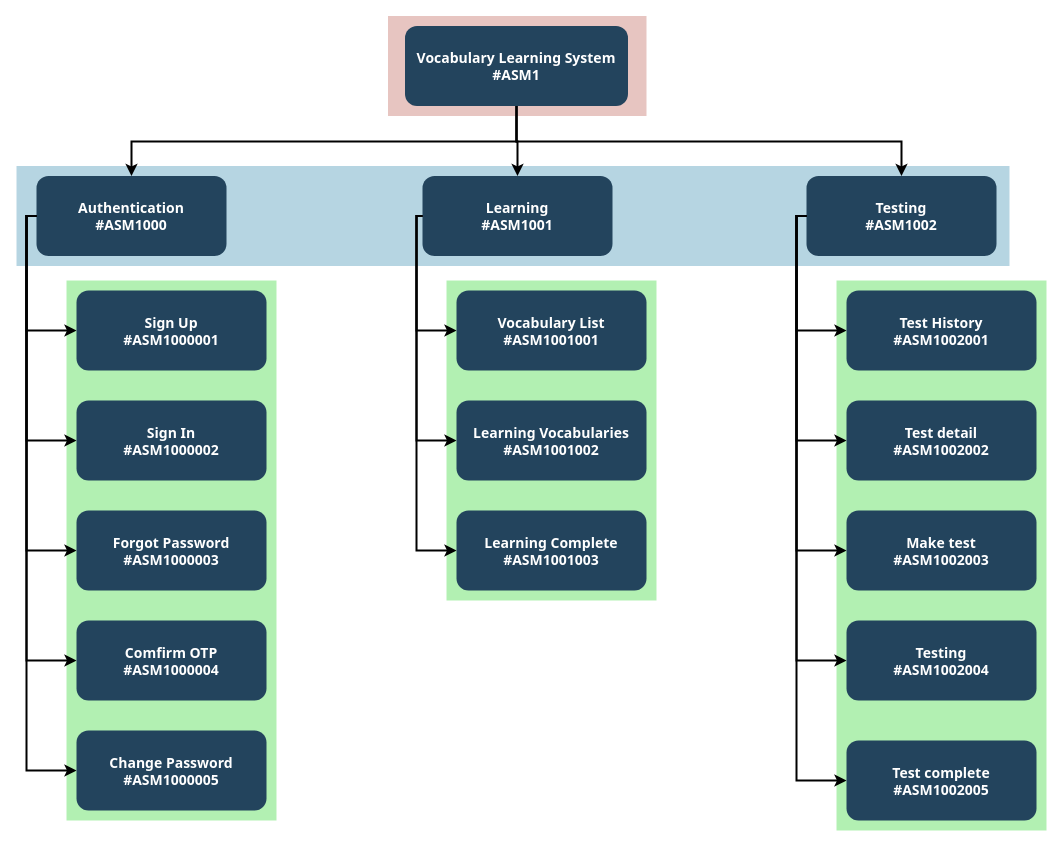
The draw.io diagram HCI/Assignement1/SiteMap/SiteMap.drawio in nghipq/Group5, before the edit. Source tidied: cells renumbered, new cells numbered last; positions are measured from the earlier drawing's top-left corner, leaving out a move shared by most shapes. Both pictures are drawn from the tidied source at 100%, with x=0, y=0 at pixel (-64, 16).
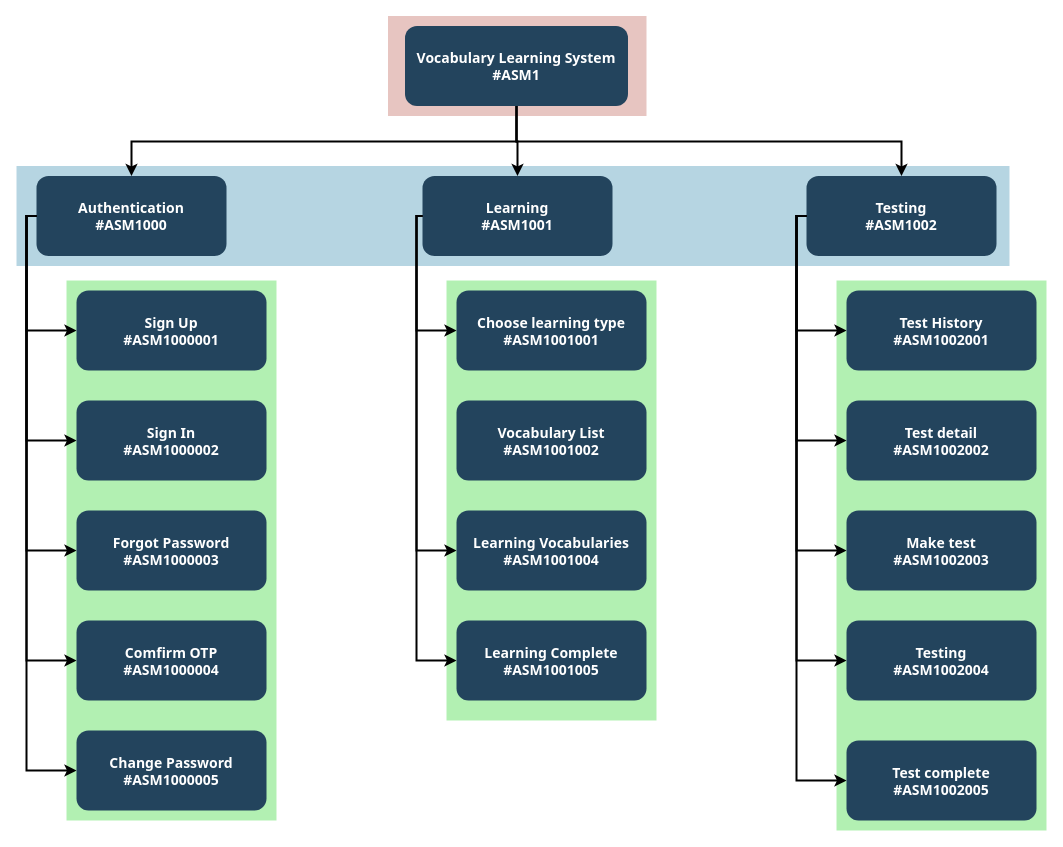
Above is the later version.

Change to the diagram source:
```diff
@@
     <mxCell id="3" style="strokeColor=none;opacity=30;fillColor=#00CC00;" parent="1" vertex="1">
-      <mxGeometry x="510" y="264" width="210" height="320" as="geometry" />
+      <mxGeometry x="510" y="264" width="210" height="440" as="geometry" />
     </mxCell>
@@
-    <mxCell id="24" value="Vocabulary List&#10;#ASM1001001" style="rounded=1;fillColor=#23445D;gradientColor=none;strokeColor=none;fontColor=#FFFFFF;fontStyle=1;fontFamily=Tahoma;fontSize=14;" parent="1" vertex="1">
+    <mxCell id="24" value="Choose learning type&#10;#ASM1001001" style="rounded=1;fillColor=#23445D;gradientColor=none;strokeColor=none;fontColor=#FFFFFF;fontStyle=1;fontFamily=Tahoma;fontSize=14;" parent="1" vertex="1">
       <mxGeometry x="520" y="274" width="190" height="80" as="geometry" />
     </mxCell>
@@
-    <mxCell id="26" value="Learning Vocabularies&#10;#ASM1001002" style="rounded=1;fillColor=#23445D;gradientColor=none;strokeColor=none;fontColor=#FFFFFF;fontStyle=1;fontFamily=Tahoma;fontSize=14;" parent="1" vertex="1">
-      <mxGeometry x="520" y="384" width="190" height="80" as="geometry" />
+    <mxCell id="26" value="Learning Vocabularies&#10;#ASM1001004" style="rounded=1;fillColor=#23445D;gradientColor=none;strokeColor=none;fontColor=#FFFFFF;fontStyle=1;fontFamily=Tahoma;fontSize=14;" parent="1" vertex="1">
+      <mxGeometry x="520" y="494" width="190" height="80" as="geometry" />
     </mxCell>
@@
-    <mxCell id="28" value="Learning Complete&#10;#ASM1001003" style="rounded=1;fillColor=#23445D;gradientColor=none;strokeColor=none;fontColor=#FFFFFF;fontStyle=1;fontFamily=Tahoma;fontSize=14;" parent="1" vertex="1">
-      <mxGeometry x="520" y="494" width="190" height="80" as="geometry" />
+    <mxCell id="28" value="Learning Complete&#10;#ASM1001005" style="rounded=1;fillColor=#23445D;gradientColor=none;strokeColor=none;fontColor=#FFFFFF;fontStyle=1;fontFamily=Tahoma;fontSize=14;" parent="1" vertex="1">
+      <mxGeometry x="520" y="604" width="190" height="80" as="geometry" />
     </mxCell>
@@
+    <mxCell id="40" value="Vocabulary List&#10;#ASM1001002" style="rounded=1;fillColor=#23445D;gradientColor=none;strokeColor=none;fontColor=#FFFFFF;fontStyle=1;fontFamily=Tahoma;fontSize=14;" parent="1" vertex="1">
+      <mxGeometry x="520" y="384" width="190" height="80" as="geometry" />
+    </mxCell>
```
